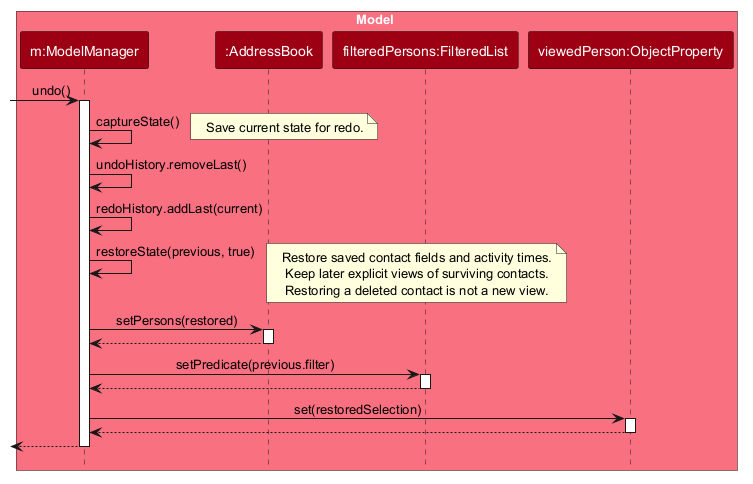
AY2627S1-CS2103T-W12-2/tp keeps this PlantUML diagram as docs/images/UndoSequenceDiagram-Model.png. Above is the earlier version. Source of this version:
```plantuml
@startuml
!include style.puml
skinparam ArrowFontStyle plain

box Model MODEL_COLOR_T1
participant "m:ModelManager" as Model MODEL_COLOR
participant ":AddressBook" as AddressBook MODEL_COLOR
participant "filteredPersons:FilteredList" as FilteredList MODEL_COLOR
participant "viewedPerson:ObjectProperty" as ViewedPerson MODEL_COLOR
end box

[-> Model : undo()
activate Model
Model -> Model : captureState()
note right: Save current state for redo.
Model -> Model : undoHistory.removeLast()
Model -> Model : redoHistory.addLast(current)
Model -> Model : restoreState(previous, true)
note right
  Restore saved contact fields and activity times.
  Keep later explicit views of surviving contacts.
  Restoring a deleted contact is not a new view.
end note
Model -> AddressBook : setPersons(restored)
activate AddressBook
AddressBook --> Model
deactivate AddressBook
Model -> FilteredList : setPredicate(previous.filter)
activate FilteredList
FilteredList --> Model
deactivate FilteredList
Model -> ViewedPerson : set(restoredSelection)
activate ViewedPerson
ViewedPerson --> Model
deactivate ViewedPerson
[<-- Model
deactivate Model
@enduml
```
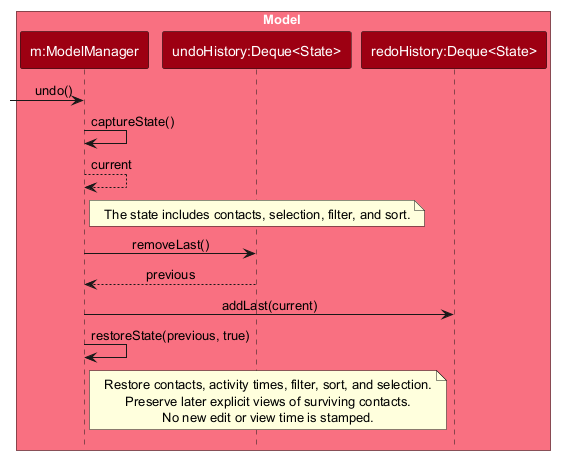
Above is the later version.

The edit, as a diff of the source:
```diff
@@ -4,35 +4,22 @@
 
 box Model MODEL_COLOR_T1
 participant "m:ModelManager" as Model MODEL_COLOR
-participant ":AddressBook" as AddressBook MODEL_COLOR
-participant "filteredPersons:FilteredList" as FilteredList MODEL_COLOR
-participant "viewedPerson:ObjectProperty" as ViewedPerson MODEL_COLOR
+participant "undoHistory:Deque<State>" as UndoHistory MODEL_COLOR
+participant "redoHistory:Deque<State>" as RedoHistory MODEL_COLOR
 end box
 
 [-> Model : undo()
-activate Model
 Model -> Model : captureState()
-note right: Save current state for redo.
-Model -> Model : undoHistory.removeLast()
-Model -> Model : redoHistory.addLast(current)
+Model --> Model : current
+note right of Model : The state includes contacts, selection, filter, and sort.
+Model -> UndoHistory : removeLast()
+UndoHistory --> Model : previous
+Model -> RedoHistory : addLast(current)
 Model -> Model : restoreState(previous, true)
-note right
-  Restore saved contact fields and activity times.
-  Keep later explicit views of surviving contacts.
-  Restoring a deleted contact is not a new view.
+note right of Model
+  Restore contacts, activity times, filter, sort, and selection.
+  Preserve later explicit views of surviving contacts.
+  No new edit or view time is stamped.
 end note
-Model -> AddressBook : setPersons(restored)
-activate AddressBook
-AddressBook --> Model
-deactivate AddressBook
-Model -> FilteredList : setPredicate(previous.filter)
-activate FilteredList
-FilteredList --> Model
-deactivate FilteredList
-Model -> ViewedPerson : set(restoredSelection)
-activate ViewedPerson
-ViewedPerson --> Model
-deactivate ViewedPerson
-[<-- Model
-deactivate Model
+
 @enduml
```
